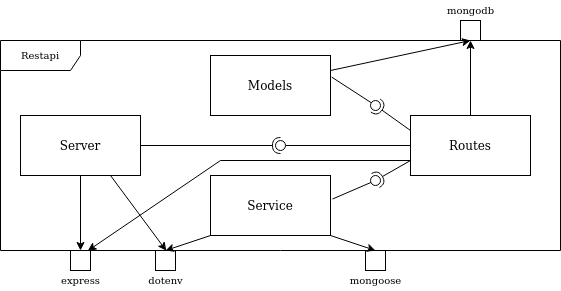
Above: docs/images/whitebox_restapi.png in Arquisoft/dede_es5a (draw.io), before the change. Source tidied: cells renumbered, new cells last; positions are measured from the earlier drawing's top-left corner, leaving out a move shared by most shapes.
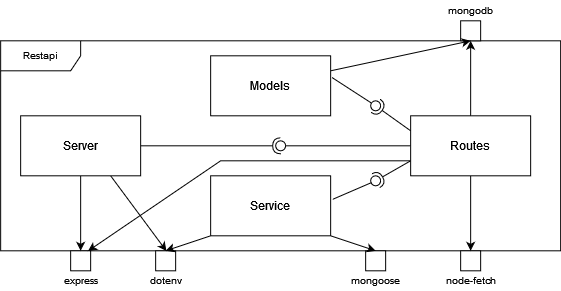
After the change.

What changed in the source:
```diff
@@ -1,103 +1,112 @@
 <mxGraphModel>
   <root>
-    <mxCell id="0" />
-    <mxCell id="1" parent="0" />
+    <mxCell id="32" />
+    <mxCell id="33" parent="32" />
-    <mxCell id="2" value="Models" style="rounded=0;whiteSpace=wrap;html=1;" parent="1" vertex="1">
+    <mxCell id="2" value="Models" style="rounded=0;whiteSpace=wrap;html=1;" parent="33" vertex="1">
       <mxGeometry x="210" y="55" width="120" height="60" as="geometry" />
     </mxCell>
-    <mxCell id="3" style="rounded=0;orthogonalLoop=1;jettySize=auto;html=1;endArrow=none;endFill=0;sketch=0;targetPerimeterSpacing=0;exitX=0;exitY=0.5;exitDx=0;exitDy=0;startArrow=none;" parent="1" edge="1">
-      <mxGeometry relative="1" as="geometry">
-        <mxPoint x="420" y="83" as="sourcePoint" />
-        <mxPoint x="420" y="83" as="targetPoint" />
-      </mxGeometry>
-    </mxCell>
+    <mxCell id="34" style="rounded=0;orthogonalLoop=1;jettySize=auto;html=1;endArrow=none;endFill=0;sketch=0;targetPerimeterSpacing=0;exitX=0;exitY=0.5;exitDx=0;exitDy=0;startArrow=none;" parent="33" edge="1">
+      <mxGeometry relative="1" as="geometry">
+        <mxPoint x="420" y="83" as="sourcePoint" />
+        <mxPoint x="420" y="83" as="targetPoint" />
+      </mxGeometry>
+    </mxCell>
-    <mxCell id="4" value="Restapi" style="shape=umlFrame;whiteSpace=wrap;html=1;fontSize=10;width=80;height=30;" parent="1" vertex="1">
+    <mxCell id="4" value="Restapi" style="shape=umlFrame;whiteSpace=wrap;html=1;fontSize=10;width=80;height=30;" parent="33" vertex="1">
       <mxGeometry y="40" width="560" height="210" as="geometry" />
     </mxCell>
-    <mxCell id="5" value="Routes" style="rounded=0;whiteSpace=wrap;html=1;" parent="1" vertex="1">
+    <mxCell id="5" value="Routes" style="rounded=0;whiteSpace=wrap;html=1;" parent="33" vertex="1">
       <mxGeometry x="410" y="115" width="120" height="60" as="geometry" />
     </mxCell>
-    <mxCell id="6" value="Service" style="rounded=0;whiteSpace=wrap;html=1;" parent="1" vertex="1">
+    <mxCell id="6" value="Service" style="rounded=0;whiteSpace=wrap;html=1;" parent="33" vertex="1">
       <mxGeometry x="210" y="175" width="120" height="60" as="geometry" />
     </mxCell>
-    <mxCell id="7" style="rounded=0;jettySize=auto;html=1;endArrow=none;endFill=0;sketch=0;sourcePerimeterSpacing=0;targetPerimeterSpacing=0;fontSize=10;exitX=1.01;exitY=0.36;exitDx=0;exitDy=0;exitPerimeter=0;" parent="1" edge="1" source="2" target="9">
-      <mxGeometry relative="1" as="geometry" />
-    </mxCell>
-    <mxCell id="8" style="rounded=0;jettySize=auto;html=1;endArrow=halfCircle;endFill=0;entryX=0.5;entryY=0.5;endSize=6;strokeWidth=1;sketch=0;fontSize=10;exitX=0;exitY=0.25;exitDx=0;exitDy=0;" parent="1" edge="1" source="5" target="9">
-      <mxGeometry relative="1" as="geometry" />
-    </mxCell>
-    <mxCell id="9" style="ellipse;whiteSpace=wrap;html=1;align=center;points=[];outlineConnect=0;sketch=0;fontSize=10;" parent="1" vertex="1">
-      <mxGeometry x="370" y="100" width="10" height="10" as="geometry" />
-    </mxCell>
-    <mxCell id="10" style="rounded=0;jettySize=auto;html=1;endArrow=none;endFill=0;sketch=0;sourcePerimeterSpacing=0;targetPerimeterSpacing=0;fontSize=10;exitX=1.017;exitY=0.392;exitDx=0;exitDy=0;exitPerimeter=0;" parent="1" edge="1" source="6" target="12">
-      <mxGeometry relative="1" as="geometry" />
-    </mxCell>
-    <mxCell id="11" style="rounded=0;jettySize=auto;html=1;endArrow=halfCircle;endFill=0;entryX=0.5;entryY=0.5;endSize=6;strokeWidth=1;sketch=0;fontSize=10;exitX=0;exitY=0.75;exitDx=0;exitDy=0;" parent="1" edge="1" source="5" target="12">
-      <mxGeometry relative="1" as="geometry" />
-    </mxCell>
-    <mxCell id="12" style="ellipse;whiteSpace=wrap;html=1;align=center;points=[];outlineConnect=0;sketch=0;fontSize=10;" parent="1" vertex="1">
-      <mxGeometry x="370" y="175" width="10" height="10" as="geometry" />
-    </mxCell>
-    <mxCell id="13" style="whiteSpace=wrap;html=1;fontSize=10;" parent="1" vertex="1">
-      <mxGeometry x="365" y="250" width="20" height="20" as="geometry" />
-    </mxCell>
+    <mxCell id="35" style="rounded=0;jettySize=auto;html=1;endArrow=none;endFill=0;sketch=0;sourcePerimeterSpacing=0;targetPerimeterSpacing=0;fontSize=10;exitX=1.01;exitY=0.36;exitDx=0;exitDy=0;exitPerimeter=0;" parent="33" edge="1" source="2" target="37">
+      <mxGeometry relative="1" as="geometry" />
+    </mxCell>
+    <mxCell id="36" style="rounded=0;jettySize=auto;html=1;endArrow=halfCircle;endFill=0;entryX=0.5;entryY=0.5;endSize=6;strokeWidth=1;sketch=0;fontSize=10;exitX=0;exitY=0.25;exitDx=0;exitDy=0;" parent="33" edge="1" source="5" target="37">
+      <mxGeometry relative="1" as="geometry" />
+    </mxCell>
+    <mxCell id="37" style="ellipse;whiteSpace=wrap;html=1;align=center;points=[];outlineConnect=0;sketch=0;fontSize=10;" parent="33" vertex="1">
+      <mxGeometry x="370" y="100" width="10" height="10" as="geometry" />
+    </mxCell>
+    <mxCell id="38" style="rounded=0;jettySize=auto;html=1;endArrow=none;endFill=0;sketch=0;sourcePerimeterSpacing=0;targetPerimeterSpacing=0;fontSize=10;exitX=1.017;exitY=0.392;exitDx=0;exitDy=0;exitPerimeter=0;" parent="33" edge="1" source="6" target="40">
+      <mxGeometry relative="1" as="geometry" />
+    </mxCell>
+    <mxCell id="39" style="rounded=0;jettySize=auto;html=1;endArrow=halfCircle;endFill=0;entryX=0.5;entryY=0.5;endSize=6;strokeWidth=1;sketch=0;fontSize=10;exitX=0;exitY=0.75;exitDx=0;exitDy=0;" parent="33" edge="1" source="5" target="40">
+      <mxGeometry relative="1" as="geometry" />
+    </mxCell>
+    <mxCell id="40" style="ellipse;whiteSpace=wrap;html=1;align=center;points=[];outlineConnect=0;sketch=0;fontSize=10;" parent="33" vertex="1">
+      <mxGeometry x="370" y="175" width="10" height="10" as="geometry" />
+    </mxCell>
+    <mxCell id="41" style="whiteSpace=wrap;html=1;fontSize=10;" parent="33" vertex="1">
+      <mxGeometry x="365" y="250" width="20" height="20" as="geometry" />
+    </mxCell>
-    <mxCell id="14" value="mongoose" style="text;html=1;align=center;verticalAlign=middle;strokeColor=none;fillColor=none;fontSize=10;" parent="1" vertex="1">
+    <mxCell id="14" value="mongoose" style="text;html=1;align=center;verticalAlign=middle;strokeColor=none;fillColor=none;fontSize=10;" parent="33" vertex="1">
       <mxGeometry x="340" y="270" width="70" height="20" as="geometry" />
     </mxCell>
-    <mxCell id="15" style="whiteSpace=wrap;html=1;fontSize=10;" parent="1" vertex="1">
-      <mxGeometry x="460" y="20" width="20" height="20" as="geometry" />
-    </mxCell>
+    <mxCell id="42" style="whiteSpace=wrap;html=1;fontSize=10;" parent="33" vertex="1">
+      <mxGeometry x="460" y="20" width="20" height="20" as="geometry" />
+    </mxCell>
-    <mxCell id="16" value="mongodb" style="text;html=1;align=center;verticalAlign=middle;strokeColor=none;fillColor=none;fontSize=10;" parent="1" vertex="1">
+    <mxCell id="16" value="mongodb" style="text;html=1;align=center;verticalAlign=middle;strokeColor=none;fillColor=none;fontSize=10;" parent="33" vertex="1">
       <mxGeometry x="440" width="60" height="20" as="geometry" />
     </mxCell>
-    <mxCell id="17" style="endArrow=classic;html=1;rounded=0;fontSize=10;entryX=0.5;entryY=0;entryDx=0;entryDy=0;exitX=1;exitY=1;exitDx=0;exitDy=0;" parent="1" edge="1" source="6" target="13">
-      <mxGeometry relative="1" as="geometry" />
-    </mxCell>
-    <mxCell id="18" style="endArrow=classic;html=1;rounded=0;fontSize=10;exitX=1;exitY=0.25;exitDx=0;exitDy=0;entryX=0.5;entryY=1;entryDx=0;entryDy=0;" parent="1" edge="1" source="2" target="15">
-      <mxGeometry relative="1" as="geometry" />
-    </mxCell>
-    <mxCell id="19" style="whiteSpace=wrap;html=1;fontSize=10;" parent="1" vertex="1">
-      <mxGeometry x="70" y="250" width="20" height="20" as="geometry" />
-    </mxCell>
+    <mxCell id="43" style="endArrow=classic;html=1;rounded=0;fontSize=10;entryX=0.5;entryY=0;entryDx=0;entryDy=0;exitX=1;exitY=1;exitDx=0;exitDy=0;" parent="33" edge="1" source="6" target="41">
+      <mxGeometry relative="1" as="geometry" />
+    </mxCell>
+    <mxCell id="44" style="endArrow=classic;html=1;rounded=0;fontSize=10;exitX=1;exitY=0.25;exitDx=0;exitDy=0;entryX=0.5;entryY=1;entryDx=0;entryDy=0;" parent="33" edge="1" source="2" target="42">
+      <mxGeometry relative="1" as="geometry" />
+    </mxCell>
+    <mxCell id="45" style="whiteSpace=wrap;html=1;fontSize=10;" parent="33" vertex="1">
+      <mxGeometry x="70" y="250" width="20" height="20" as="geometry" />
+    </mxCell>
-    <mxCell id="20" value="Server" style="rounded=0;whiteSpace=wrap;html=1;" parent="1" vertex="1">
+    <mxCell id="20" value="Server" style="rounded=0;whiteSpace=wrap;html=1;" parent="33" vertex="1">
       <mxGeometry x="20" y="115" width="120" height="60" as="geometry" />
     </mxCell>
-    <mxCell id="21" value="express" style="text;html=1;align=center;verticalAlign=middle;strokeColor=none;fillColor=none;fontSize=10;" parent="1" vertex="1">
+    <mxCell id="21" value="express" style="text;html=1;align=center;verticalAlign=middle;strokeColor=none;fillColor=none;fontSize=10;" parent="33" vertex="1">
       <mxGeometry x="55" y="270" width="50" height="20" as="geometry" />
     </mxCell>
-    <mxCell id="22" style="endArrow=classic;html=1;rounded=0;fontSize=10;exitX=0.5;exitY=1;exitDx=0;exitDy=0;entryX=0.5;entryY=0;entryDx=0;entryDy=0;" parent="1" edge="1" source="20" target="19">
-      <mxGeometry relative="1" as="geometry" />
-    </mxCell>
+    <mxCell id="46" style="endArrow=classic;html=1;rounded=0;fontSize=10;exitX=0.5;exitY=1;exitDx=0;exitDy=0;entryX=0.5;entryY=0;entryDx=0;entryDy=0;" parent="33" edge="1" source="20" target="45">
+      <mxGeometry relative="1" as="geometry" />
+    </mxCell>
-    <mxCell id="23" style="endArrow=classic;html=1;rounded=0;fontSize=10;exitX=0;exitY=0.75;exitDx=0;exitDy=0;entryX=0.156;entryY=1.001;entryDx=0;entryDy=0;entryPerimeter=0;" parent="1" edge="1" source="5" target="4">
+    <mxCell id="23" style="endArrow=classic;html=1;rounded=0;fontSize=10;exitX=0;exitY=0.75;exitDx=0;exitDy=0;entryX=0.156;entryY=1.001;entryDx=0;entryDy=0;entryPerimeter=0;" parent="33" edge="1" source="5" target="4">
       <mxGeometry relative="1" as="geometry">
         <Array as="points">
           <mxPoint x="220" y="160" />
         </Array>
       </mxGeometry>
     </mxCell>
-    <mxCell id="24" style="whiteSpace=wrap;html=1;fontSize=10;" parent="1" vertex="1">
-      <mxGeometry x="155" y="250" width="20" height="20" as="geometry" />
-    </mxCell>
+    <mxCell id="47" style="whiteSpace=wrap;html=1;fontSize=10;" parent="33" vertex="1">
+      <mxGeometry x="155" y="250" width="20" height="20" as="geometry" />
+    </mxCell>
-    <mxCell id="25" value="dotenv" style="text;html=1;align=center;verticalAlign=middle;strokeColor=none;fillColor=none;fontSize=10;" parent="1" vertex="1">
+    <mxCell id="25" value="dotenv" style="text;html=1;align=center;verticalAlign=middle;strokeColor=none;fillColor=none;fontSize=10;" parent="33" vertex="1">
       <mxGeometry x="140" y="270" width="50" height="20" as="geometry" />
     </mxCell>
-    <mxCell id="26" style="endArrow=classic;html=1;rounded=0;fontSize=10;exitX=0;exitY=1;exitDx=0;exitDy=0;entryX=0.5;entryY=0;entryDx=0;entryDy=0;" parent="1" edge="1" source="6" target="24">
-      <mxGeometry relative="1" as="geometry" />
-    </mxCell>
+    <mxCell id="48" style="endArrow=classic;html=1;rounded=0;fontSize=10;exitX=0;exitY=1;exitDx=0;exitDy=0;entryX=0.5;entryY=0;entryDx=0;entryDy=0;" parent="33" edge="1" source="6" target="47">
+      <mxGeometry relative="1" as="geometry" />
+    </mxCell>
-    <mxCell id="27" style="endArrow=classic;html=1;rounded=0;fontSize=10;exitX=0.75;exitY=1;exitDx=0;exitDy=0;entryX=0.296;entryY=1.001;entryDx=0;entryDy=0;entryPerimeter=0;" parent="1" edge="1" source="20" target="4">
+    <mxCell id="27" style="endArrow=classic;html=1;rounded=0;fontSize=10;exitX=0.75;exitY=1;exitDx=0;exitDy=0;entryX=0.296;entryY=1.001;entryDx=0;entryDy=0;entryPerimeter=0;" parent="33" edge="1" source="20" target="4">
       <mxGeometry relative="1" as="geometry" />
     </mxCell>
-    <mxCell id="28" style="rounded=0;jettySize=auto;html=1;endArrow=none;endFill=0;sketch=0;sourcePerimeterSpacing=0;targetPerimeterSpacing=0;fontSize=10;exitX=0;exitY=0.5;exitDx=0;exitDy=0;" parent="1" edge="1" source="5" target="30">
-      <mxGeometry relative="1" as="geometry" />
-    </mxCell>
-    <mxCell id="29" style="rounded=0;jettySize=auto;html=1;endArrow=halfCircle;endFill=0;entryX=0.5;entryY=0.5;endSize=6;strokeWidth=1;sketch=0;fontSize=10;exitX=1;exitY=0.5;exitDx=0;exitDy=0;" parent="1" edge="1" source="20" target="30">
-      <mxGeometry relative="1" as="geometry" />
-    </mxCell>
-    <mxCell id="30" style="ellipse;whiteSpace=wrap;html=1;align=center;points=[];outlineConnect=0;sketch=0;fontSize=10;" parent="1" vertex="1">
-      <mxGeometry x="275" y="140" width="10" height="10" as="geometry" />
-    </mxCell>
-    <mxCell id="31" style="endArrow=classic;html=1;rounded=0;fontSize=10;exitX=0.5;exitY=0;exitDx=0;exitDy=0;entryX=0.5;entryY=1;entryDx=0;entryDy=0;" parent="1" edge="1" source="5" target="15">
-      <mxGeometry relative="1" as="geometry" />
-    </mxCell>
+    <mxCell id="49" style="rounded=0;jettySize=auto;html=1;endArrow=none;endFill=0;sketch=0;sourcePerimeterSpacing=0;targetPerimeterSpacing=0;fontSize=10;exitX=0;exitY=0.5;exitDx=0;exitDy=0;" parent="33" edge="1" source="5" target="51">
+      <mxGeometry relative="1" as="geometry" />
+    </mxCell>
+    <mxCell id="50" style="rounded=0;jettySize=auto;html=1;endArrow=halfCircle;endFill=0;entryX=0.5;entryY=0.5;endSize=6;strokeWidth=1;sketch=0;fontSize=10;exitX=1;exitY=0.5;exitDx=0;exitDy=0;" parent="33" edge="1" source="20" target="51">
+      <mxGeometry relative="1" as="geometry" />
+    </mxCell>
+    <mxCell id="51" style="ellipse;whiteSpace=wrap;html=1;align=center;points=[];outlineConnect=0;sketch=0;fontSize=10;" parent="33" vertex="1">
+      <mxGeometry x="275" y="140" width="10" height="10" as="geometry" />
+    </mxCell>
+    <mxCell id="52" style="endArrow=classic;html=1;rounded=0;fontSize=10;exitX=0.5;exitY=0;exitDx=0;exitDy=0;entryX=0.5;entryY=1;entryDx=0;entryDy=0;" parent="33" edge="1" source="5" target="42">
+      <mxGeometry relative="1" as="geometry" />
+    </mxCell>
+    <mxCell id="53" style="whiteSpace=wrap;html=1;fontSize=10;" parent="33" vertex="1">
+      <mxGeometry x="460" y="250" width="20" height="20" as="geometry" />
+    </mxCell>
+    <mxCell id="54" value="node-fetch" style="text;html=1;align=center;verticalAlign=middle;strokeColor=none;fillColor=none;fontSize=10;" parent="33" vertex="1">
+      <mxGeometry x="440" y="270" width="60" height="20" as="geometry" />
+    </mxCell>
+    <mxCell id="55" style="endArrow=classic;html=1;rounded=0;fontSize=10;exitX=0.5;exitY=1;exitDx=0;exitDy=0;entryX=0.5;entryY=0;entryDx=0;entryDy=0;" parent="33" edge="1" source="5" target="53">
+      <mxGeometry relative="1" as="geometry" />
+    </mxCell>
   </root>
 </mxGraphModel>
```
